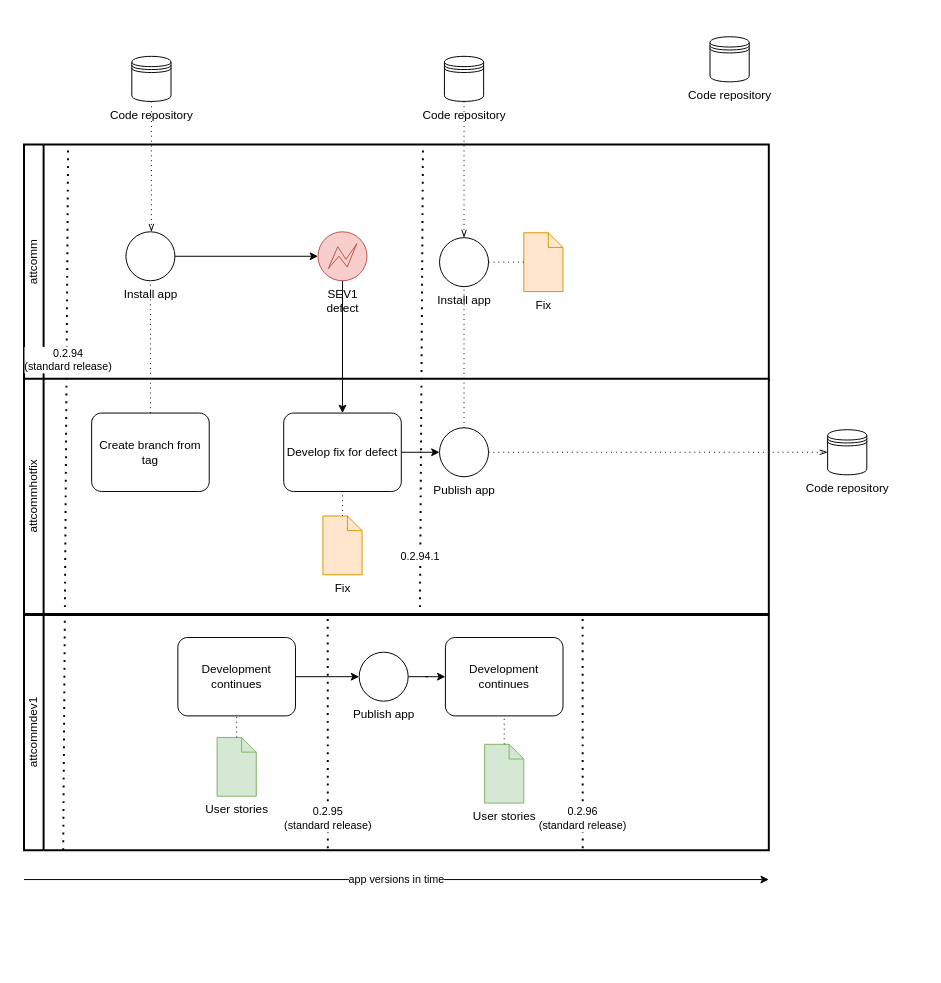
Before: hotfix.drawio in ceskie/CCW1856, a draw.io diagram. Source tidied: cells renumbered, new cells numbered last; positions are measured from the earlier drawing's top-left corner, leaving out a move shared by most shapes. Both pictures are drawn from the tidied source at 98%, with x=0, y=0 at pixel (24, 36).
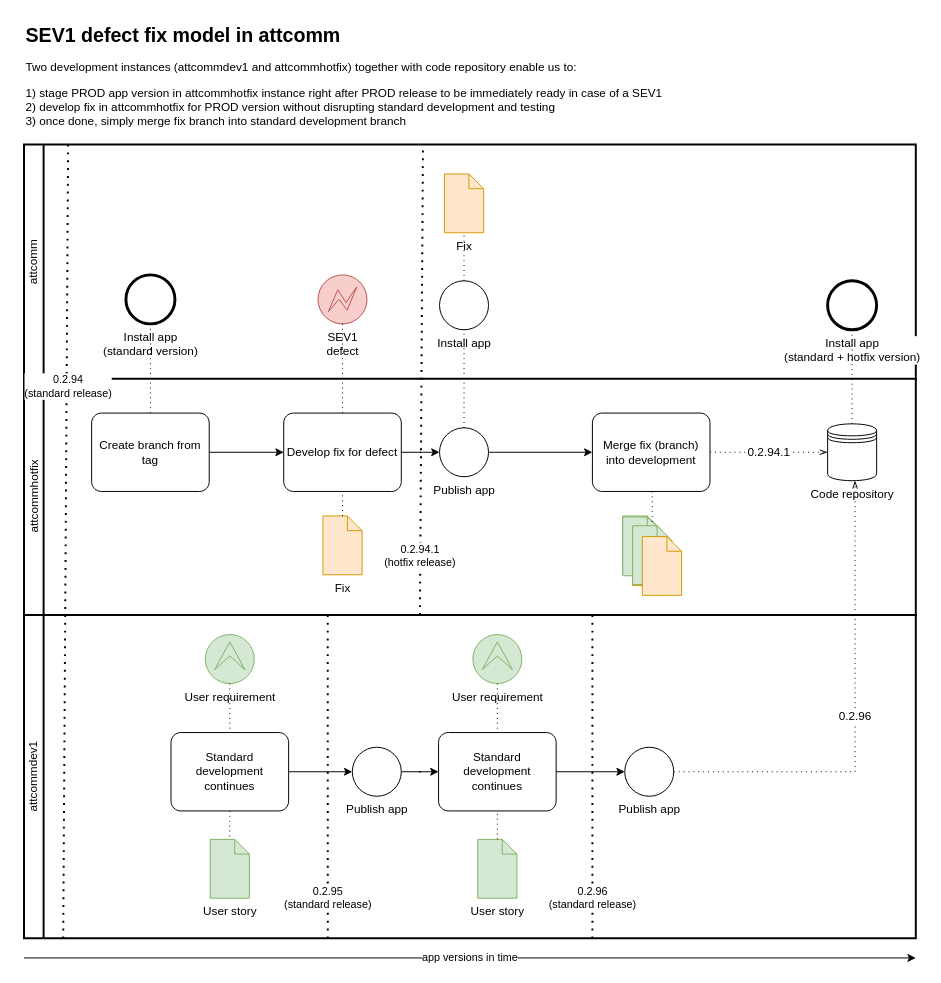
The same page after the edit.

Unchanged cells that the change refers to:
```xml
<mxCell id="9" value="Create branch from tag" style="points=[[0.25,0,0],[0.5,0,0],[0.75,0,0],[1,0.25,0],[1,0.5,0],[1,0.75,0],[0.75,1,0],[0.5,1,0],[0.25,1,0],[0,0.75,0],[0,0.5,0],[0,0.25,0]];shape=mxgraph.bpmn.task;whiteSpace=wrap;rectStyle=rounded;size=10;html=1;taskMarker=abstract;" parent="7" vertex="1">
  <mxGeometry x="69" y="35" width="120" height="80" as="geometry" />
</mxCell>
<mxCell id="11" value="Develop fix for defect" style="points=[[0.25,0,0],[0.5,0,0],[0.75,0,0],[1,0.25,0],[1,0.5,0],[1,0.75,0],[0.75,1,0],[0.5,1,0],[0.25,1,0],[0,0.75,0],[0,0.5,0],[0,0.25,0]];shape=mxgraph.bpmn.task;whiteSpace=wrap;rectStyle=rounded;size=10;html=1;taskMarker=abstract;" parent="7" vertex="1">
  <mxGeometry x="265" y="35" width="120" height="80" as="geometry" />
</mxCell>
<mxCell id="31" value="Publish app" style="points=[[0.145,0.145,0],[0.5,0,0],[0.855,0.145,0],[1,0.5,0],[0.855,0.855,0],[0.5,1,0],[0.145,0.855,0],[0,0.5,0]];shape=mxgraph.bpmn.event;html=1;verticalLabelPosition=bottom;labelBackgroundColor=#ffffff;verticalAlign=top;align=center;perimeter=ellipsePerimeter;outlineConnect=0;outline=standard;symbol=general;" parent="1" vertex="1">
  <mxGeometry x="424" y="399" width="50" height="50" as="geometry" />
</mxCell>
```

The edit, as a diff of the source:
```diff
@@
     <mxCell id="2" value="attcomm" style="swimlane;html=1;startSize=20;fontStyle=0;horizontal=0;swimlaneLine=1;swimlaneFillColor=#ffffff;strokeWidth=2;whiteSpace=wrap;" parent="1" vertex="1">
-      <mxGeometry y="110" width="760" height="240" as="geometry" />
+      <mxGeometry y="110" width="910" height="240" as="geometry" />
     </mxCell>
     <mxCell id="3" value="SEV1&lt;br&gt;defect" style="points=[[0.145,0.145,0],[0.5,0,0],[0.855,0.145,0],[1,0.5,0],[0.855,0.855,0],[0.5,1,0],[0.145,0.855,0],[0,0.5,0]];shape=mxgraph.bpmn.event;html=1;verticalLabelPosition=bottom;labelBackgroundColor=#ffffff;verticalAlign=top;align=center;perimeter=ellipsePerimeter;outlineConnect=0;outline=eventInt;symbol=error;fillColor=#f8cecc;strokeColor=#b85450;" parent="2" vertex="1">
-      <mxGeometry x="300" y="89" width="50" height="50" as="geometry" />
+      <mxGeometry x="300" y="133" width="50" height="50" as="geometry" />
     </mxCell>
     <mxCell id="4" value="Install app" style="points=[[0.145,0.145,0],[0.5,0,0],[0.855,0.145,0],[1,0.5,0],[0.855,0.855,0],[0.5,1,0],[0.145,0.855,0],[0,0.5,0]];shape=mxgraph.bpmn.event;html=1;verticalLabelPosition=bottom;labelBackgroundColor=#ffffff;verticalAlign=top;align=center;perimeter=ellipsePerimeter;outlineConnect=0;outline=standard;symbol=general;" parent="2" vertex="1">
-      <mxGeometry x="424" y="95" width="50" height="50" as="geometry" />
+      <mxGeometry x="424" y="139" width="50" height="50" as="geometry" />
     </mxCell>
     <mxCell id="5" value="Fix" style="shape=mxgraph.bpmn.data;labelPosition=center;verticalLabelPosition=bottom;align=center;verticalAlign=top;size=15;html=1;fillColor=#ffe6cc;strokeColor=#d79b00;" parent="2" vertex="1">
-      <mxGeometry x="510" y="90" width="40" height="60" as="geometry" />
+      <mxGeometry x="429" y="30" width="40" height="60" as="geometry" />
     </mxCell>
@@
+    <mxCell id="41" value="Install app&lt;br&gt;(standard + hotfix version)" style="points=[[0.145,0.145,0],[0.5,0,0],[0.855,0.145,0],[1,0.5,0],[0.855,0.855,0],[0.5,1,0],[0.145,0.855,0],[0,0.5,0]];shape=mxgraph.bpmn.event;html=1;verticalLabelPosition=bottom;labelBackgroundColor=#ffffff;verticalAlign=top;align=center;perimeter=ellipsePerimeter;outlineConnect=0;outline=standard;symbol=general;strokeWidth=3;" parent="2" vertex="1">
+      <mxGeometry x="820" y="139" width="50" height="50" as="geometry" />
+    </mxCell>
     <mxCell id="7" value="attcommhotfix" style="swimlane;html=1;startSize=20;fontStyle=0;horizontal=0;swimlaneLine=1;swimlaneFillColor=#ffffff;strokeWidth=2;whiteSpace=wrap;" parent="1" vertex="1">
-      <mxGeometry y="349" width="760" height="240" as="geometry" />
+      <mxGeometry y="349" width="910" height="241" as="geometry" />
     </mxCell>
-    <mxCell id="8" value="Install app" style="points=[[0.145,0.145,0],[0.5,0,0],[0.855,0.145,0],[1,0.5,0],[0.855,0.855,0],[0.5,1,0],[0.145,0.855,0],[0,0.5,0]];shape=mxgraph.bpmn.event;html=1;verticalLabelPosition=bottom;labelBackgroundColor=#ffffff;verticalAlign=top;align=center;perimeter=ellipsePerimeter;outlineConnect=0;outline=standard;symbol=general;" parent="7" vertex="1">
-      <mxGeometry x="104" y="-150" width="50" height="50" as="geometry" />
+    <mxCell id="8" value="Install app&lt;br&gt;(standard version)" style="points=[[0.145,0.145,0],[0.5,0,0],[0.855,0.145,0],[1,0.5,0],[0.855,0.855,0],[0.5,1,0],[0.145,0.855,0],[0,0.5,0]];shape=mxgraph.bpmn.event;html=1;verticalLabelPosition=bottom;labelBackgroundColor=#ffffff;verticalAlign=top;align=center;perimeter=ellipsePerimeter;outlineConnect=0;outline=standard;symbol=general;strokeWidth=3;" parent="7" vertex="1">
+      <mxGeometry x="104" y="-106" width="50" height="50" as="geometry" />
     </mxCell>
+    <mxCell id="42" style="edgeStyle=orthogonalEdgeStyle;rounded=0;jettySize=auto;html=1;" parent="7" edge="1" source="9" target="11">
+      <mxGeometry relative="1" as="geometry" />
+    </mxCell>
@@
+    <mxCell id="43" value="Merge fix (branch) into development" style="points=[[0.25,0,0],[0.5,0,0],[0.75,0,0],[1,0.25,0],[1,0.5,0],[1,0.75,0],[0.75,1,0],[0.5,1,0],[0.25,1,0],[0,0.75,0],[0,0.5,0],[0,0.25,0]];shape=mxgraph.bpmn.task;whiteSpace=wrap;rectStyle=rounded;size=10;html=1;taskMarker=abstract;" parent="7" vertex="1">
+      <mxGeometry x="580" y="35" width="120" height="80" as="geometry" />
+    </mxCell>
+    <mxCell id="44" value="Code repository" style="shape=datastore;html=1;labelPosition=center;verticalLabelPosition=bottom;align=center;verticalAlign=top;" parent="7" vertex="1">
+      <mxGeometry x="820" y="46" width="50" height="58" as="geometry" />
+    </mxCell>
+    <mxCell id="20" style="shape=mxgraph.bpmn.data;labelPosition=center;verticalLabelPosition=bottom;align=center;verticalAlign=top;size=15;html=1;fillColor=#d5e8d4;strokeColor=#82b366;" parent="7" vertex="1">
+      <mxGeometry x="611" y="140" width="40" height="60" as="geometry" />
+    </mxCell>
+    <mxCell id="45" style="shape=mxgraph.bpmn.data;labelPosition=center;verticalLabelPosition=bottom;align=center;verticalAlign=top;size=15;html=1;fillColor=#ffe6cc;strokeColor=#d79b00;" parent="7" vertex="1">
+      <mxGeometry x="621" y="151" width="40" height="60" as="geometry" />
+    </mxCell>
+    <mxCell id="46" value="0.2.94.1" style="edgeStyle=elbowEdgeStyle;fontSize=12;html=1;endFill=0;startFill=0;endSize=6;startSize=6;dashed=1;dashPattern=1 4;endArrow=openThin;startArrow=none;rounded=0;" parent="7" edge="1" source="43" target="44">
+      <mxGeometry relative="1" as="geometry" />
+    </mxCell>
     <mxCell id="14" value="attcommdev1" style="swimlane;html=1;startSize=20;fontStyle=0;horizontal=0;swimlaneLine=1;swimlaneFillColor=#ffffff;strokeWidth=2;whiteSpace=wrap;" parent="1" vertex="1">
-      <mxGeometry y="590" width="760" height="240" as="geometry" />
+      <mxGeometry y="590" width="910" height="330" as="geometry" />
     </mxCell>
@@
-    <mxCell id="16" value="Development continues" style="points=[[0.25,0,0],[0.5,0,0],[0.75,0,0],[1,0.25,0],[1,0.5,0],[1,0.75,0],[0.75,1,0],[0.5,1,0],[0.25,1,0],[0,0.75,0],[0,0.5,0],[0,0.25,0]];shape=mxgraph.bpmn.task;whiteSpace=wrap;rectStyle=rounded;size=10;html=1;taskMarker=abstract;" parent="14" vertex="1">
-      <mxGeometry x="157" y="23" width="120" height="80" as="geometry" />
+    <mxCell id="16" value="Standard development continues" style="points=[[0.25,0,0],[0.5,0,0],[0.75,0,0],[1,0.25,0],[1,0.5,0],[1,0.75,0],[0.75,1,0],[0.5,1,0],[0.25,1,0],[0,0.75,0],[0,0.5,0],[0,0.25,0]];shape=mxgraph.bpmn.task;whiteSpace=wrap;rectStyle=rounded;size=10;html=1;taskMarker=abstract;" parent="14" vertex="1">
+      <mxGeometry x="150" y="120" width="120" height="80" as="geometry" />
     </mxCell>
@@
     <mxCell id="18" value="Publish app" style="points=[[0.145,0.145,0],[0.5,0,0],[0.855,0.145,0],[1,0.5,0],[0.855,0.855,0],[0.5,1,0],[0.145,0.855,0],[0,0.5,0]];shape=mxgraph.bpmn.event;html=1;verticalLabelPosition=bottom;labelBackgroundColor=#ffffff;verticalAlign=top;align=center;perimeter=ellipsePerimeter;outlineConnect=0;outline=standard;symbol=general;" parent="14" vertex="1">
-      <mxGeometry x="342" y="38" width="50" height="50" as="geometry" />
+      <mxGeometry x="335" y="135" width="50" height="50" as="geometry" />
     </mxCell>
     <mxCell id="19" value="0.2.95 &lt;br&gt;(standard release)" style="endArrow=none;dashed=1;html=1;dashPattern=1 3;strokeWidth=2;rounded=0;entryX=0.021;entryY=0.008;entryDx=0;entryDy=0;entryPerimeter=0;" parent="14" edge="1">
       <mxGeometry x="-0.75" relative="1" as="geometry">
-        <mxPoint x="310" y="238.1" as="sourcePoint" />
+        <mxPoint x="310" y="330" as="sourcePoint" />
         <mxPoint x="309.9" as="targetPoint" />
       </mxGeometry>
     </mxCell>
-    <mxCell id="20" value="User stories" style="shape=mxgraph.bpmn.data;labelPosition=center;verticalLabelPosition=bottom;align=center;verticalAlign=top;size=15;html=1;fillColor=#d5e8d4;strokeColor=#82b366;" parent="14" vertex="1">
-      <mxGeometry x="197" y="125" width="40" height="60" as="geometry" />
-    </mxCell>
-    <mxCell id="21" style="edgeStyle=elbowEdgeStyle;fontSize=12;html=1;endFill=0;startFill=0;endSize=6;startSize=6;dashed=1;dashPattern=1 4;endArrow=none;startArrow=none;rounded=0;" parent="14" edge="1" source="20" target="16">
-      <mxGeometry relative="1" as="geometry" />
-    </mxCell>
+    <mxCell id="47" style="edgeStyle=orthogonalEdgeStyle;rounded=0;jettySize=auto;html=1;" parent="14" edge="1" source="22" target="48">
+      <mxGeometry relative="1" as="geometry" />
+    </mxCell>
-    <mxCell id="22" value="Development continues" style="points=[[0.25,0,0],[0.5,0,0],[0.75,0,0],[1,0.25,0],[1,0.5,0],[1,0.75,0],[0.75,1,0],[0.5,1,0],[0.25,1,0],[0,0.75,0],[0,0.5,0],[0,0.25,0]];shape=mxgraph.bpmn.task;whiteSpace=wrap;rectStyle=rounded;size=10;html=1;taskMarker=abstract;" parent="14" vertex="1">
-      <mxGeometry x="430" y="23" width="120" height="80" as="geometry" />
+    <mxCell id="22" value="Standard development continues" style="points=[[0.25,0,0],[0.5,0,0],[0.75,0,0],[1,0.25,0],[1,0.5,0],[1,0.75,0],[0.75,1,0],[0.5,1,0],[0.25,1,0],[0,0.75,0],[0,0.5,0],[0,0.25,0]];shape=mxgraph.bpmn.task;whiteSpace=wrap;rectStyle=rounded;size=10;html=1;taskMarker=abstract;" parent="14" vertex="1">
+      <mxGeometry x="423" y="120" width="120" height="80" as="geometry" />
     </mxCell>
-    <mxCell id="23" value="User stories" style="shape=mxgraph.bpmn.data;labelPosition=center;verticalLabelPosition=bottom;align=center;verticalAlign=top;size=15;html=1;fillColor=#d5e8d4;strokeColor=#82b366;" parent="14" vertex="1">
-      <mxGeometry x="470" y="132" width="40" height="60" as="geometry" />
+    <mxCell id="23" value="User story" style="shape=mxgraph.bpmn.data;labelPosition=center;verticalLabelPosition=bottom;align=center;verticalAlign=top;size=15;html=1;fillColor=#d5e8d4;strokeColor=#82b366;" parent="14" vertex="1">
+      <mxGeometry x="463" y="229" width="40" height="60" as="geometry" />
     </mxCell>
@@
     <mxCell id="25" value="0.2.96&lt;br&gt;(standard release)" style="endArrow=none;dashed=1;html=1;dashPattern=1 3;strokeWidth=2;rounded=0;entryX=0.021;entryY=0.008;entryDx=0;entryDy=0;entryPerimeter=0;" parent="14" edge="1">
       <mxGeometry x="-0.75" relative="1" as="geometry">
-        <mxPoint x="570.1" y="238.1" as="sourcePoint" />
-        <mxPoint x="570" as="targetPoint" />
+        <mxPoint x="580" y="330" as="sourcePoint" />
+        <mxPoint x="580" as="targetPoint" />
       </mxGeometry>
     </mxCell>
+    <mxCell id="48" value="Publish app" style="points=[[0.145,0.145,0],[0.5,0,0],[0.855,0.145,0],[1,0.5,0],[0.855,0.855,0],[0.5,1,0],[0.145,0.855,0],[0,0.5,0]];shape=mxgraph.bpmn.event;html=1;verticalLabelPosition=bottom;labelBackgroundColor=#ffffff;verticalAlign=top;align=center;perimeter=ellipsePerimeter;outlineConnect=0;outline=standard;symbol=general;" parent="14" vertex="1">
+      <mxGeometry x="613" y="135" width="50" height="50" as="geometry" />
+    </mxCell>
+    <mxCell id="49" value="User story" style="shape=mxgraph.bpmn.data;labelPosition=center;verticalLabelPosition=bottom;align=center;verticalAlign=top;size=15;html=1;fillColor=#d5e8d4;strokeColor=#82b366;" parent="14" vertex="1">
+      <mxGeometry x="190" y="229" width="40" height="60" as="geometry" />
+    </mxCell>
+    <mxCell id="50" style="edgeStyle=elbowEdgeStyle;fontSize=12;html=1;endFill=0;startFill=0;endSize=6;startSize=6;dashed=1;dashPattern=1 4;endArrow=none;startArrow=none;rounded=0;" parent="14" edge="1" source="16" target="49">
+      <mxGeometry relative="1" as="geometry" />
+    </mxCell>
+    <mxCell id="51" value="User requirement" style="points=[[0.145,0.145,0],[0.5,0,0],[0.855,0.145,0],[1,0.5,0],[0.855,0.855,0],[0.5,1,0],[0.145,0.855,0],[0,0.5,0]];shape=mxgraph.bpmn.event;html=1;verticalLabelPosition=bottom;labelBackgroundColor=#ffffff;verticalAlign=top;align=center;perimeter=ellipsePerimeter;outlineConnect=0;outline=eventInt;symbol=escalation;fillColor=#d5e8d4;strokeColor=#82b366;" parent="14" vertex="1">
+      <mxGeometry x="185" y="20" width="50" height="50" as="geometry" />
+    </mxCell>
+    <mxCell id="52" value="User requirement" style="points=[[0.145,0.145,0],[0.5,0,0],[0.855,0.145,0],[1,0.5,0],[0.855,0.855,0],[0.5,1,0],[0.145,0.855,0],[0,0.5,0]];shape=mxgraph.bpmn.event;html=1;verticalLabelPosition=bottom;labelBackgroundColor=#ffffff;verticalAlign=top;align=center;perimeter=ellipsePerimeter;outlineConnect=0;outline=eventInt;symbol=escalation;fillColor=#d5e8d4;strokeColor=#82b366;" parent="14" vertex="1">
+      <mxGeometry x="458" y="20" width="50" height="50" as="geometry" />
+    </mxCell>
+    <mxCell id="53" style="edgeStyle=elbowEdgeStyle;fontSize=12;html=1;endFill=0;startFill=0;endSize=6;startSize=6;dashed=1;dashPattern=1 4;endArrow=none;startArrow=none;rounded=0;" parent="14" edge="1" source="51" target="16">
+      <mxGeometry relative="1" as="geometry" />
+    </mxCell>
+    <mxCell id="54" style="edgeStyle=elbowEdgeStyle;fontSize=12;html=1;endFill=0;startFill=0;endSize=6;startSize=6;dashed=1;dashPattern=1 4;endArrow=none;startArrow=none;rounded=0;" parent="14" edge="1" source="52" target="22">
+      <mxGeometry relative="1" as="geometry" />
+    </mxCell>
     <mxCell id="26" value="app versions in time" style="endArrow=classic;html=1;rounded=0;" parent="1" edge="1">
       <mxGeometry relative="1" as="geometry">
-        <mxPoint y="860" as="sourcePoint" />
-        <mxPoint x="760" y="860" as="targetPoint" />
+        <mxPoint y="940" as="sourcePoint" />
+        <mxPoint x="910" y="940" as="targetPoint" />
       </mxGeometry>
     </mxCell>
     <mxCell id="27" value="0.2.94 &lt;br&gt;(standard release)" style="endArrow=none;dashed=1;html=1;dashPattern=1 3;strokeWidth=2;rounded=0;" parent="1" edge="1">
       <mxGeometry x="0.39" y="-2" relative="1" as="geometry">
-        <mxPoint x="40" y="830" as="sourcePoint" />
+        <mxPoint x="40" y="920" as="sourcePoint" />
         <mxPoint x="45" y="110" as="targetPoint" />
       </mxGeometry>
     </mxCell>
-    <mxCell id="28" style="edgeStyle=orthogonalEdgeStyle;rounded=0;jettySize=auto;html=1;" parent="1" edge="1" source="8" target="3">
-      <mxGeometry relative="1" as="geometry" />
-    </mxCell>
-    <mxCell id="29" style="edgeStyle=orthogonalEdgeStyle;rounded=0;jettySize=auto;html=1;" parent="1" edge="1" source="3" target="11">
-      <mxGeometry relative="1" as="geometry" />
-    </mxCell>
@@
+    <mxCell id="55" style="edgeStyle=orthogonalEdgeStyle;rounded=0;jettySize=auto;html=1;" parent="1" edge="1" source="31" target="43">
+      <mxGeometry relative="1" as="geometry" />
+    </mxCell>
@@
-    <mxCell id="32" value="0.2.94.1" style="endArrow=none;dashed=1;html=1;dashPattern=1 3;strokeWidth=2;rounded=0;entryX=0.105;entryY=0.004;entryDx=0;entryDy=0;entryPerimeter=0;" parent="1" edge="1">
+    <mxCell id="32" value="0.2.94.1&lt;br&gt;(hotfix release)" style="endArrow=none;dashed=1;html=1;dashPattern=1 3;strokeWidth=2;rounded=0;entryX=0.105;entryY=0.004;entryDx=0;entryDy=0;entryPerimeter=0;" parent="1" edge="1">
       <mxGeometry x="-0.75" relative="1" as="geometry">
         <mxPoint x="404" y="590" as="sourcePoint" />
         <mxPoint x="407.1" y="111.9" as="targetPoint" />
       </mxGeometry>
     </mxCell>
@@
-    <mxCell id="34" value="Code repository" style="shape=datastore;html=1;labelPosition=center;verticalLabelPosition=bottom;align=center;verticalAlign=top;" parent="1" vertex="1">
-      <mxGeometry x="820" y="401" width="40" height="46" as="geometry" />
-    </mxCell>
-    <mxCell id="35" style="edgeStyle=elbowEdgeStyle;fontSize=12;html=1;endFill=0;startFill=0;endSize=6;startSize=6;dashed=1;dashPattern=1 4;endArrow=openThin;startArrow=none;rounded=0;" parent="1" edge="1" source="31" target="34">
-      <mxGeometry relative="1" as="geometry" />
-    </mxCell>
-    <mxCell id="36" value="Code repository" style="shape=datastore;html=1;labelPosition=center;verticalLabelPosition=bottom;align=center;verticalAlign=top;" parent="1" vertex="1">
-      <mxGeometry x="110" y="20" width="40" height="46" as="geometry" />
-    </mxCell>
-    <mxCell id="37" value="Code repository" style="shape=datastore;html=1;labelPosition=center;verticalLabelPosition=bottom;align=center;verticalAlign=top;" parent="1" vertex="1">
-      <mxGeometry x="700" width="40" height="46" as="geometry" />
-    </mxCell>
-    <mxCell id="38" style="edgeStyle=elbowEdgeStyle;fontSize=12;html=1;endFill=0;startFill=0;endSize=6;startSize=6;dashed=1;dashPattern=1 4;endArrow=openThin;startArrow=none;rounded=0;" parent="1" edge="1" source="36" target="8">
-      <mxGeometry relative="1" as="geometry" />
-    </mxCell>
-    <mxCell id="39" value="Code repository" style="shape=datastore;html=1;labelPosition=center;verticalLabelPosition=bottom;align=center;verticalAlign=top;" parent="1" vertex="1">
-      <mxGeometry x="429" y="20" width="40" height="46" as="geometry" />
-    </mxCell>
-    <mxCell id="40" style="edgeStyle=elbowEdgeStyle;fontSize=12;html=1;endFill=0;startFill=0;endSize=6;startSize=6;dashed=1;dashPattern=1 4;endArrow=openThin;startArrow=none;rounded=0;" parent="1" edge="1" source="39" target="4">
-      <mxGeometry relative="1" as="geometry" />
-    </mxCell>
+    <mxCell id="29" style="edgeStyle=elbowEdgeStyle;fontSize=12;html=1;endFill=0;startFill=0;endSize=6;startSize=6;dashed=1;dashPattern=1 4;endArrow=none;startArrow=none;rounded=0;" parent="1" edge="1" source="3" target="11">
+      <mxGeometry relative="1" as="geometry" />
+    </mxCell>
+    <mxCell id="56" style="shape=mxgraph.bpmn.data;labelPosition=center;verticalLabelPosition=bottom;align=center;verticalAlign=top;size=15;html=1;fillColor=#d5e8d4;strokeColor=#82b366;" parent="1" vertex="1">
+      <mxGeometry x="611" y="490" width="40" height="60" as="geometry" />
+    </mxCell>
+    <mxCell id="57" style="shape=mxgraph.bpmn.data;labelPosition=center;verticalLabelPosition=bottom;align=center;verticalAlign=top;size=15;html=1;fillColor=#d5e8d4;strokeColor=#82b366;" parent="1" vertex="1">
+      <mxGeometry x="621" y="499" width="40" height="60" as="geometry" />
+    </mxCell>
+    <mxCell id="58" style="shape=mxgraph.bpmn.data;labelPosition=center;verticalLabelPosition=bottom;align=center;verticalAlign=top;size=15;html=1;fillColor=#ffe6cc;strokeColor=#d79b00;" parent="1" vertex="1">
+      <mxGeometry x="631" y="510" width="40" height="60" as="geometry" />
+    </mxCell>
+    <mxCell id="59" style="edgeStyle=elbowEdgeStyle;fontSize=12;html=1;endFill=0;startFill=0;endSize=6;startSize=6;dashed=1;dashPattern=1 4;endArrow=none;startArrow=none;rounded=0;" parent="1" edge="1" source="43" target="57">
+      <mxGeometry relative="1" as="geometry" />
+    </mxCell>
+    <mxCell id="60" style="edgeStyle=elbowEdgeStyle;fontSize=12;html=1;endFill=0;startFill=0;endSize=6;startSize=6;dashed=1;dashPattern=1 4;endArrow=none;startArrow=none;rounded=0;" parent="1" edge="1" source="41" target="44">
+      <mxGeometry relative="1" as="geometry" />
+    </mxCell>
+    <mxCell id="61" value="0.2.96" style="edgeStyle=elbowEdgeStyle;fontSize=12;html=1;endFill=0;startFill=0;endSize=6;startSize=6;dashed=1;dashPattern=1 4;endArrow=openThin;startArrow=none;rounded=0;" parent="1" edge="1" source="48" target="44">
+      <mxGeometry relative="1" as="geometry">
+        <Array as="points">
+          <mxPoint x="848" y="550" />
+        </Array>
+      </mxGeometry>
+    </mxCell>
+    <mxCell id="62" value="&lt;h1 style=&quot;margin-top: 0px; font-size: 20px;&quot;&gt;SEV1 defect fix model in attcomm&lt;br&gt;&lt;/h1&gt;&lt;p&gt;Two development instances (attcommdev1 and attcommhotfix) together with code repository enable us to:&lt;/p&gt;&lt;p&gt;1) stage PROD app version in attcommhotfix instance right after PROD release to be &lt;span&gt;&lt;span&gt;immediately ready in case of a SEV1&lt;/span&gt;&lt;/span&gt;&lt;br&gt;2) develop fix in attcommhotfix for PROD version without disrupting standard development and testing&lt;br&gt;3) once done, simply merge fix branch into standard development branch&lt;br&gt;&lt;/p&gt;" style="text;html=1;whiteSpace=wrap;overflow=hidden;rounded=0;" parent="1" vertex="1">
+      <mxGeometry y="-20" width="910" height="120" as="geometry" />
+    </mxCell>
```
